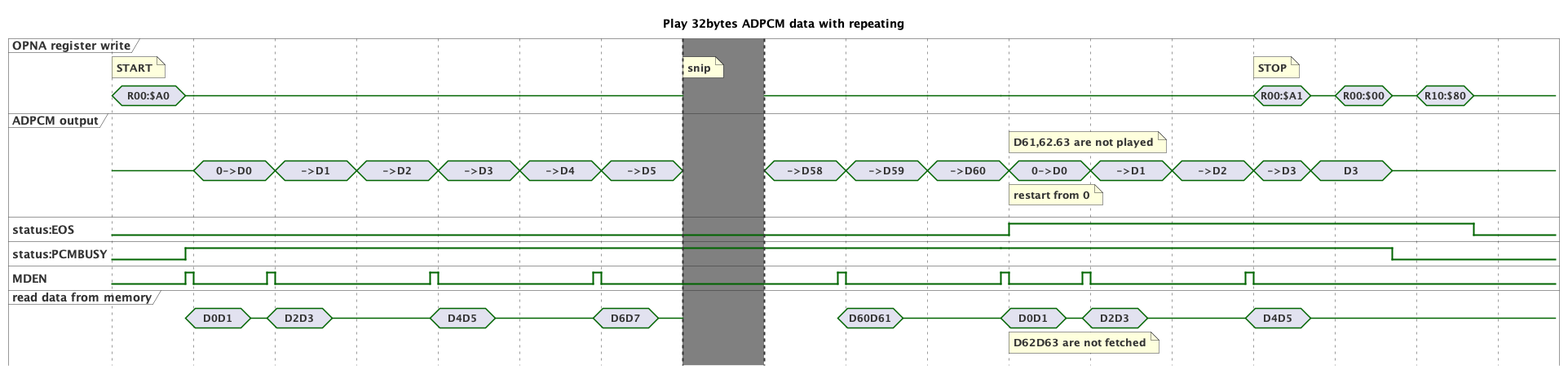
hyano/opna-analyze keeps this PlantUML diagram as chart/adpcm_play_repeat.png. Above is the earlier version.
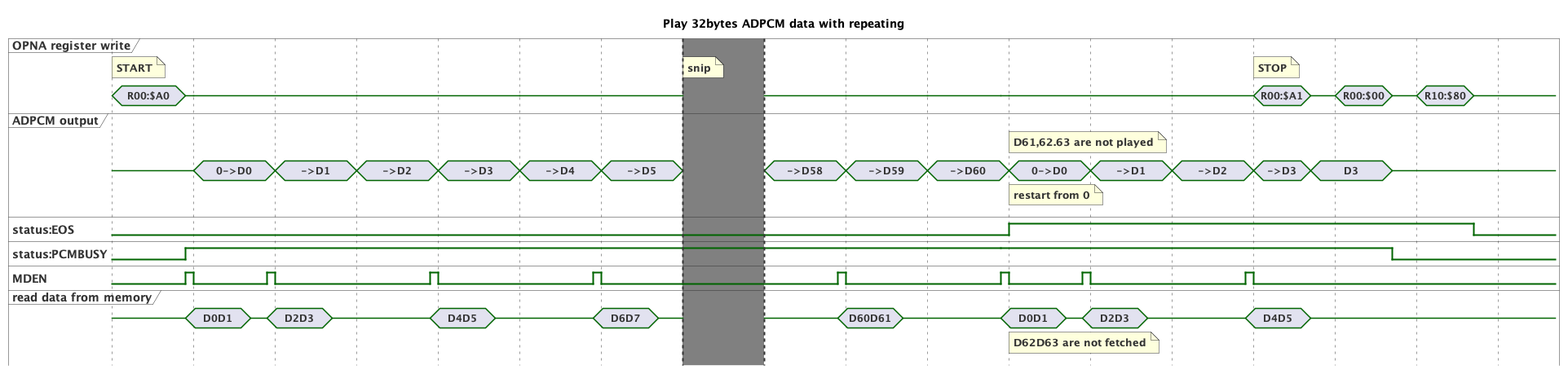
After the commit.

The edit, as a diff of the source:
```diff
@@ -20,6 +20,7 @@
 OPNA is "R00:$A0"
 note top of OPNA: START
 OUT is {-}
+RD is {-}
 @+90
 OPNA is {-}
 PCMBUSY is high
@@ -86,6 +87,7 @@
 @:lasthalf
 OPNA is {-}
 OUT is "->D58"
+RD is {-}
 @+90
 MDEN is high
 RD is "D60D61"
```
